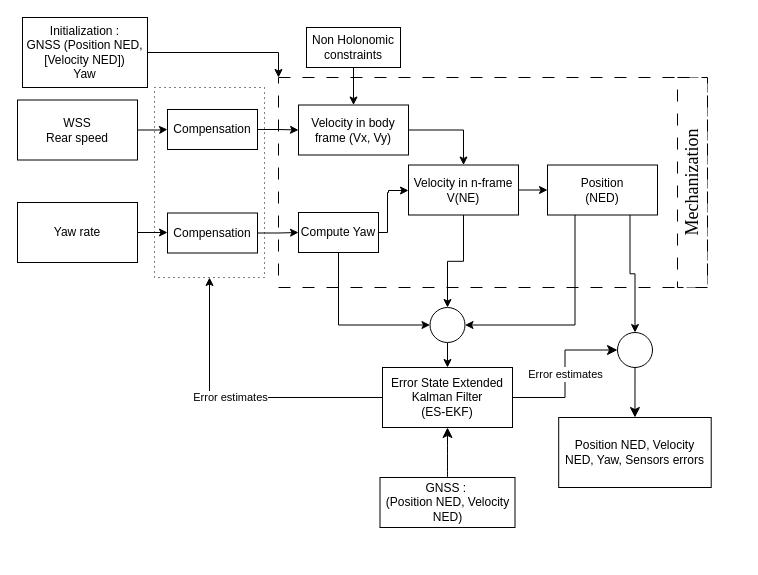
Before: page "GNSS_ODO" (7 of 7) of KFs_Geo.drawio in Kaloum2/KFs, a draw.io diagram. Source tidied: cells renumbered, new cells numbered last; positions are measured from the earlier drawing's top-left corner, leaving out a move shared by most shapes. Both pictures are drawn from the tidied source at 100%, with x=0, y=0 at pixel (17, 17).
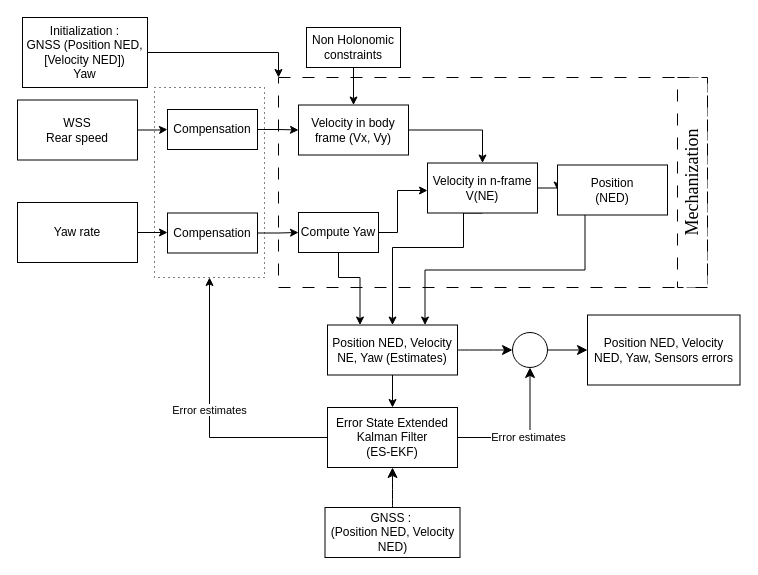
After the change.

Commit message:
Mettre à jour KFs_Geo.drawio

Unchanged cells that the change refers to:
```xml
<mxCell id="10" value="Compute Yaw" style="rounded=0;whiteSpace=wrap;html=1;labelBackgroundColor=none;" parent="1" vertex="1">
  <mxGeometry x="281" y="195" width="80" height="40" as="geometry" />
</mxCell>
```

Diff of the diagram source:
```diff
@@
     <mxCell id="9" style="edgeStyle=orthogonalEdgeStyle;rounded=0;jettySize=auto;html=1;exitX=1;exitY=0.5;exitDx=0;exitDy=0;labelBackgroundColor=none;fontColor=default;" parent="1" edge="1" source="10" target="13">
       <mxGeometry relative="1" as="geometry">
         <Array as="points">
-          <mxPoint x="370" y="215" />
-          <mxPoint x="370" y="175" />
-          <mxPoint x="371" y="175" />
-          <mxPoint x="371" y="173" />
+          <mxPoint x="380" y="215" />
+          <mxPoint x="380" y="173" />
         </Array>
       </mxGeometry>
     </mxCell>
@@
-    <mxCell id="12" style="edgeStyle=orthogonalEdgeStyle;rounded=0;jettySize=auto;html=1;exitX=0.5;exitY=1;exitDx=0;exitDy=0;entryX=0.5;entryY=0;entryDx=0;entryDy=0;labelBackgroundColor=none;fontColor=default;" parent="1" edge="1" source="13" target="17">
-      <mxGeometry relative="1" as="geometry" />
+    <mxCell id="12" style="edgeStyle=orthogonalEdgeStyle;rounded=0;jettySize=auto;html=1;exitX=0.5;exitY=1;exitDx=0;exitDy=0;entryX=0.5;entryY=0;entryDx=0;entryDy=0;labelBackgroundColor=none;fontColor=default;" parent="1" edge="1" source="13" target="39">
+      <mxGeometry relative="1" as="geometry">
+        <Array as="points">
+          <mxPoint x="446" y="230" />
+          <mxPoint x="375" y="230" />
+        </Array>
+      </mxGeometry>
     </mxCell>
     <mxCell id="13" value="Velocity in n-frame&lt;br&gt;V(NE)" style="rounded=0;whiteSpace=wrap;html=1;labelBackgroundColor=none;" parent="1" vertex="1">
-      <mxGeometry x="391" y="147.5" width="110" height="50" as="geometry" />
+      <mxGeometry x="410" y="145.5" width="110" height="50" as="geometry" />
     </mxCell>
-    <mxCell id="14" style="edgeStyle=orthogonalEdgeStyle;rounded=0;jettySize=auto;html=1;exitX=0.25;exitY=1;exitDx=0;exitDy=0;entryX=1;entryY=0.5;entryDx=0;entryDy=0;labelBackgroundColor=none;fontColor=default;" parent="1" edge="1" source="15" target="17">
+    <mxCell id="14" style="edgeStyle=orthogonalEdgeStyle;rounded=0;jettySize=auto;html=1;exitX=0.25;exitY=1;exitDx=0;exitDy=0;entryX=0.75;entryY=0;entryDx=0;entryDy=0;labelBackgroundColor=none;fontColor=default;" parent="1" edge="1" source="15" target="39">
       <mxGeometry relative="1" as="geometry" />
     </mxCell>
     <mxCell id="15" value="Position&lt;br&gt;(NED)" style="rounded=0;whiteSpace=wrap;html=1;labelBackgroundColor=none;" parent="1" vertex="1">
-      <mxGeometry x="530" y="147.5" width="110" height="50" as="geometry" />
+      <mxGeometry x="540" y="147.5" width="110" height="50" as="geometry" />
     </mxCell>
-    <mxCell id="16" style="edgeStyle=orthogonalEdgeStyle;rounded=0;jettySize=auto;html=1;exitX=0.5;exitY=1;exitDx=0;exitDy=0;entryX=0.5;entryY=0;entryDx=0;entryDy=0;labelBackgroundColor=none;fontColor=default;" parent="1" edge="1" source="17" target="24">
+    <mxCell id="16" style="edgeStyle=orthogonalEdgeStyle;rounded=0;jettySize=auto;html=1;exitX=0.5;exitY=1;exitDx=0;exitDy=0;entryX=0.5;entryY=0;entryDx=0;entryDy=0;labelBackgroundColor=none;fontColor=default;" parent="1" edge="1" source="39" target="24">
       <mxGeometry relative="1" as="geometry" />
     </mxCell>
-    <mxCell id="17" style="ellipse;whiteSpace=wrap;html=1;labelBackgroundColor=none;" parent="1" vertex="1">
-      <mxGeometry x="412.5" y="290" width="35" height="35" as="geometry" />
-    </mxCell>
@@
     <mxCell id="21" value="GNSS :&amp;nbsp;&lt;br&gt;(Position NED, Velocity NED)" style="rounded=0;whiteSpace=wrap;html=1;labelBackgroundColor=none;" parent="1" vertex="1">
-      <mxGeometry x="362.5" y="460" width="135" height="50" as="geometry" />
+      <mxGeometry x="307.5" y="490" width="135" height="50" as="geometry" />
     </mxCell>
@@
-    <mxCell id="23" value="&lt;span style=&quot;color: rgb(0, 0, 0); font-family: Helvetica; font-size: 11px; font-style: normal; font-variant-ligatures: normal; font-variant-caps: normal; font-weight: 400; letter-spacing: normal; orphans: 2; text-align: center; text-indent: 0px; text-transform: none; widows: 2; word-spacing: 0px; -webkit-text-stroke-width: 0px; background-color: rgb(255, 255, 255); text-decoration-thickness: initial; text-decoration-style: initial; text-decoration-color: initial; float: none; display: inline !important;&quot;&gt;Error estimates&lt;/span&gt;" style="edgeStyle=orthogonalEdgeStyle;rounded=0;jettySize=auto;html=1;exitX=1;exitY=0.5;exitDx=0;exitDy=0;entryX=0;entryY=0.5;entryDx=0;entryDy=0;fontSize=12;startSize=8;endSize=8;" parent="1" edge="1" source="24" target="36">
+    <mxCell id="23" value="&lt;span style=&quot;color: rgb(0, 0, 0); font-family: Helvetica; font-size: 11px; font-style: normal; font-variant-ligatures: normal; font-variant-caps: normal; font-weight: 400; letter-spacing: normal; orphans: 2; text-align: center; text-indent: 0px; text-transform: none; widows: 2; word-spacing: 0px; -webkit-text-stroke-width: 0px; background-color: rgb(255, 255, 255); text-decoration-thickness: initial; text-decoration-style: initial; text-decoration-color: initial; float: none; display: inline !important;&quot;&gt;Error estimates&lt;/span&gt;" style="edgeStyle=orthogonalEdgeStyle;rounded=0;jettySize=auto;html=1;exitX=1;exitY=0.5;exitDx=0;exitDy=0;entryX=0.5;entryY=1;entryDx=0;entryDy=0;fontSize=12;startSize=8;endSize=8;" parent="1" edge="1" source="24" target="36">
       <mxGeometry relative="1" as="geometry" />
     </mxCell>
     <mxCell id="24" value="Error State Extended Kalman Filter &lt;br&gt;(ES-EKF)" style="rounded=0;whiteSpace=wrap;html=1;labelBackgroundColor=none;" parent="1" vertex="1">
-      <mxGeometry x="365" y="350" width="130" height="60" as="geometry" />
+      <mxGeometry x="310" y="390" width="130" height="60" as="geometry" />
     </mxCell>
     <mxCell id="25" value="Position NED, Velocity NED, Yaw, Sensors errors" style="rounded=0;whiteSpace=wrap;html=1;labelBackgroundColor=none;" parent="1" vertex="1">
-      <mxGeometry x="541.2" y="400" width="152.5" height="70" as="geometry" />
+      <mxGeometry x="570" y="297.5" width="152.5" height="70" as="geometry" />
     </mxCell>
@@
-    <mxCell id="31" style="edgeStyle=orthogonalEdgeStyle;rounded=0;jettySize=auto;html=1;exitX=0.5;exitY=1;exitDx=0;exitDy=0;entryX=0;entryY=0.5;entryDx=0;entryDy=0;labelBackgroundColor=none;fontColor=default;" parent="1" edge="1" source="10" target="17">
-      <mxGeometry relative="1" as="geometry" />
+    <mxCell id="31" style="edgeStyle=orthogonalEdgeStyle;rounded=0;jettySize=auto;html=1;exitX=0.5;exitY=1;exitDx=0;exitDy=0;entryX=0.25;entryY=0;entryDx=0;entryDy=0;labelBackgroundColor=none;fontColor=default;" parent="1" edge="1" source="10" target="39">
+      <mxGeometry relative="1" as="geometry">
+        <Array as="points">
+          <mxPoint x="321" y="260" />
+          <mxPoint x="343" y="260" />
+        </Array>
+      </mxGeometry>
     </mxCell>
@@
-    <mxCell id="35" style="edgeStyle=orthogonalEdgeStyle;shape=connector;rounded=0;jettySize=auto;html=1;exitX=0.5;exitY=1;exitDx=0;exitDy=0;entryX=0.5;entryY=0;entryDx=0;entryDy=0;labelBackgroundColor=default;strokeColor=default;align=center;verticalAlign=middle;fontFamily=Helvetica;fontSize=12;fontColor=default;endArrow=classic;startSize=8;endSize=8;" parent="1" edge="1" source="36" target="25">
+    <mxCell id="35" style="edgeStyle=orthogonalEdgeStyle;shape=connector;rounded=0;jettySize=auto;html=1;exitX=1;exitY=0.5;exitDx=0;exitDy=0;entryX=0;entryY=0.5;entryDx=0;entryDy=0;labelBackgroundColor=default;strokeColor=default;align=center;verticalAlign=middle;fontFamily=Helvetica;fontSize=12;fontColor=default;endArrow=classic;startSize=8;endSize=8;" parent="1" edge="1" source="36" target="25">
       <mxGeometry relative="1" as="geometry" />
     </mxCell>
     <mxCell id="36" style="ellipse;whiteSpace=wrap;html=1;labelBackgroundColor=none;" parent="1" vertex="1">
-      <mxGeometry x="600" y="315" width="35" height="35" as="geometry" />
+      <mxGeometry x="495" y="315" width="35" height="35" as="geometry" />
     </mxCell>
-    <mxCell id="37" style="edgeStyle=orthogonalEdgeStyle;rounded=0;jettySize=auto;html=1;exitX=0.75;exitY=1;exitDx=0;exitDy=0;entryX=0.5;entryY=0;entryDx=0;entryDy=0;labelBackgroundColor=none;fontColor=default;" parent="1" edge="1" source="15" target="36">
-      <mxGeometry relative="1" as="geometry" />
-    </mxCell>
+    <mxCell id="38" style="edgeStyle=none;curved=1;rounded=0;jettySize=auto;html=1;exitX=1;exitY=0.5;exitDx=0;exitDy=0;entryX=0;entryY=0.5;entryDx=0;entryDy=0;fontSize=12;startSize=8;endSize=8;" parent="1" edge="1" source="39" target="36">
+      <mxGeometry relative="1" as="geometry" />
+    </mxCell>
+    <mxCell id="39" value="Position NED, Velocity NE, Yaw (Estimates)" style="rounded=0;whiteSpace=wrap;html=1;labelBackgroundColor=none;" parent="1" vertex="1">
+      <mxGeometry x="310" y="307.5" width="130" height="50" as="geometry" />
+    </mxCell>
```
